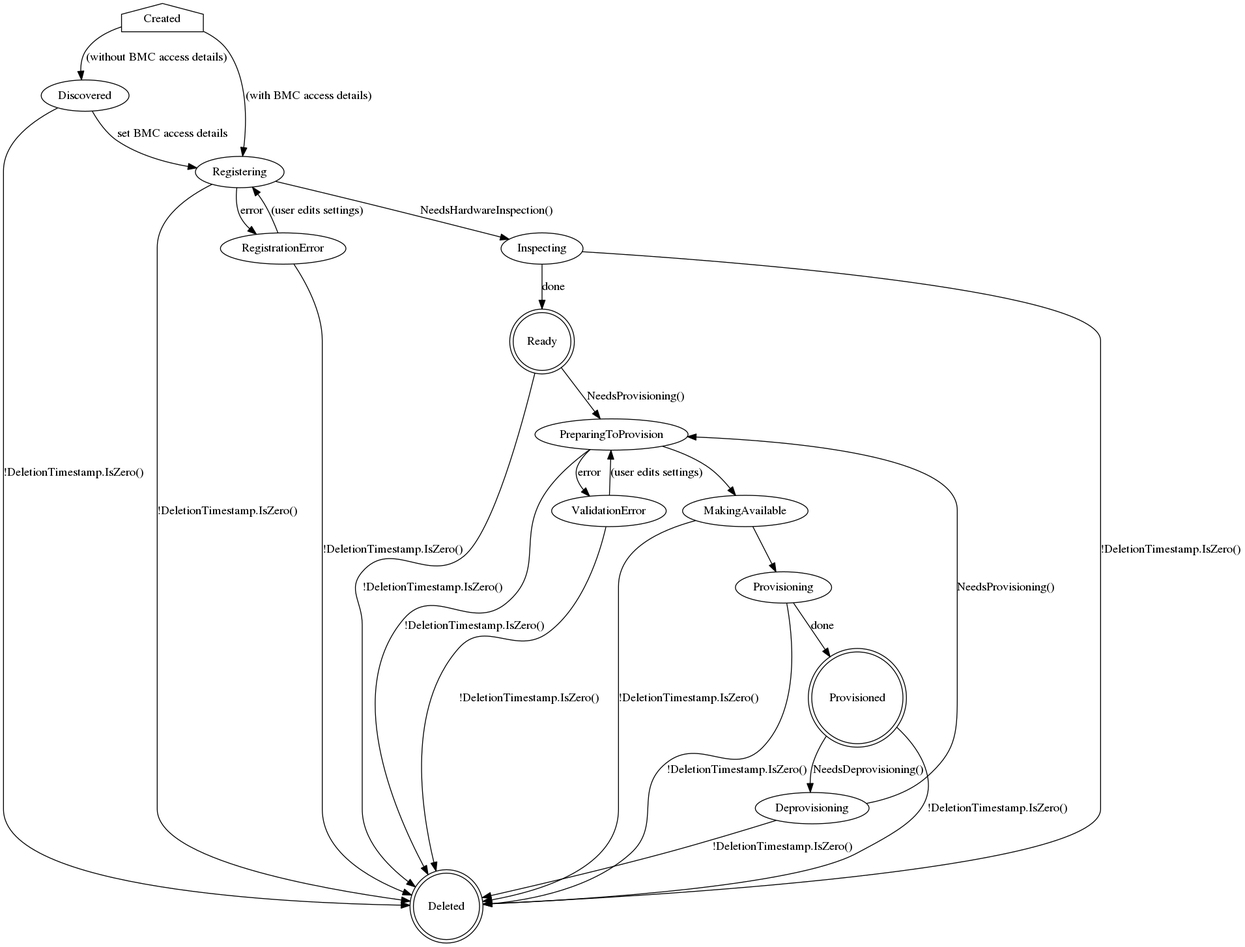
Earlier version of the Graphviz export docs/BaremetalHost_ProvisioningState.png (metal3-io/baremetal-operator). Its source is kept beside it as docs/BaremetalHost_ProvisioningState.dot.
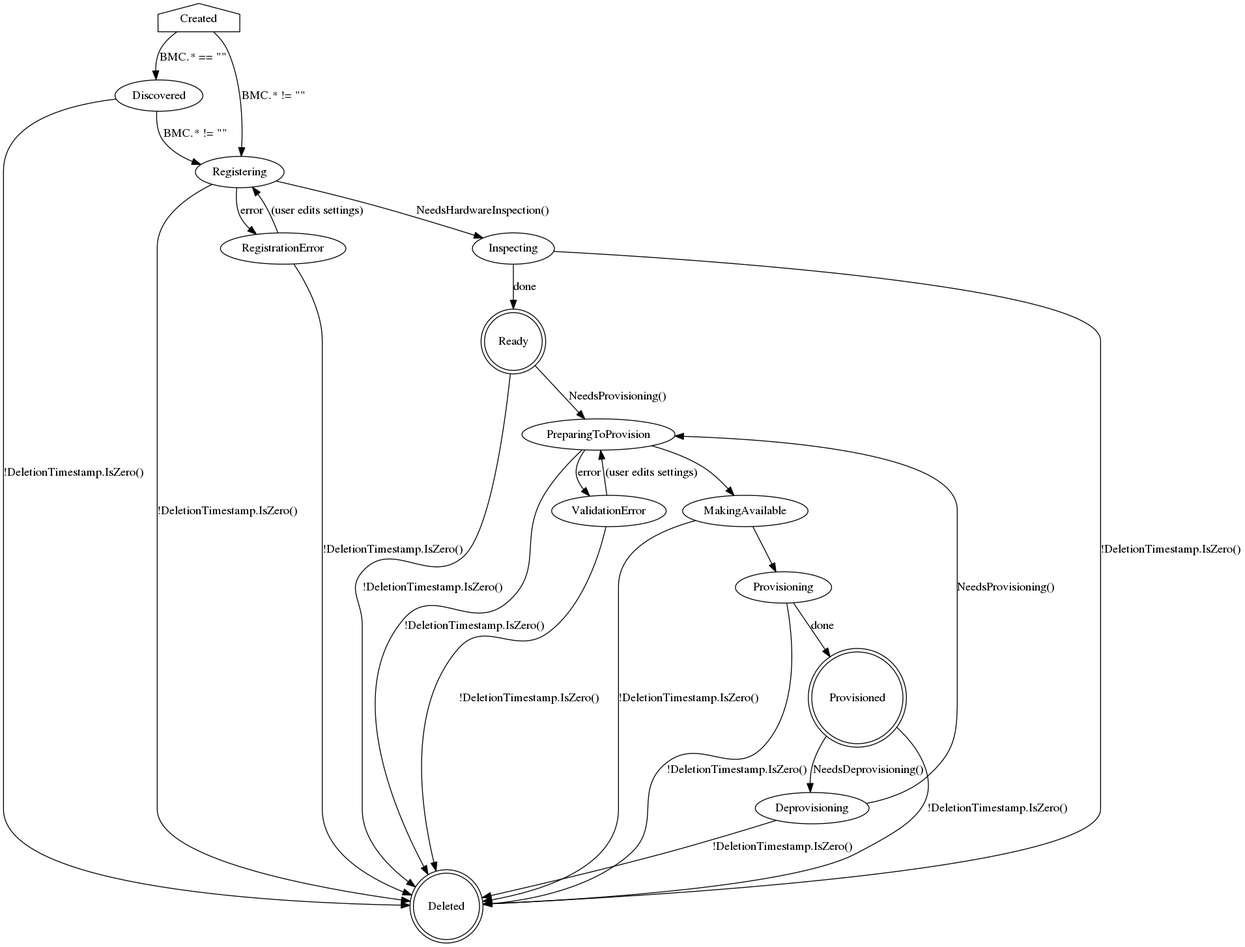
Later version of the same file.

Commit message:
use code for labeling more transitions

Diff of the diagram source:
```diff
@@ -1,9 +1,9 @@
 digraph BaremetalHost {
     Created [shape=house]
-    Created -> Discovered [label="(without BMC access details)"]
-    Created -> Registering [label="(with BMC access details)"]
+    Created -> Discovered [label="BMC.* == \"\""]
+    Created -> Registering [label="BMC.* != \"\""]
 
-    Discovered -> Registering [label="set BMC access details"]
+    Discovered -> Registering [label="BMC.* != \"\""]
     Discovered -> Deleted [label="!DeletionTimestamp.IsZero()"]
 
     Registering -> Inspecting [label="NeedsHardwareInspection()"]
```
